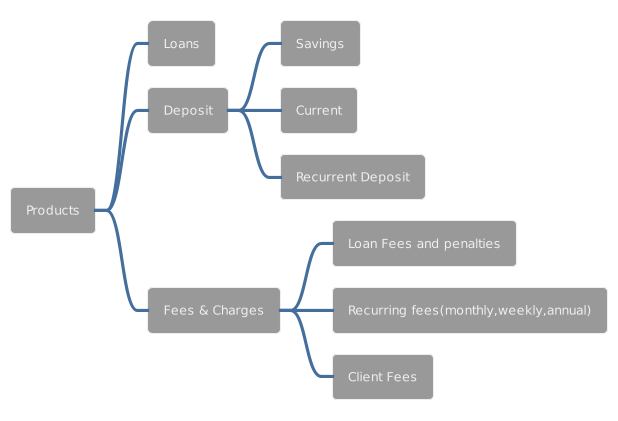
The PlantUML diagram docs/modules/ROOT/images/supported_products.png in jogathogo/antora, before a commit. Source of this version:
```plantuml
@startmindmap
!theme spacelab
* Products
** Loans
** Deposit
*** Savings
*** Current
*** Recurrent Deposit
** Fees & Charges
*** Loan Fees and penalties
*** Recurring fees(monthly,weekly,annual)
*** Client Fees
@endmindmap
```
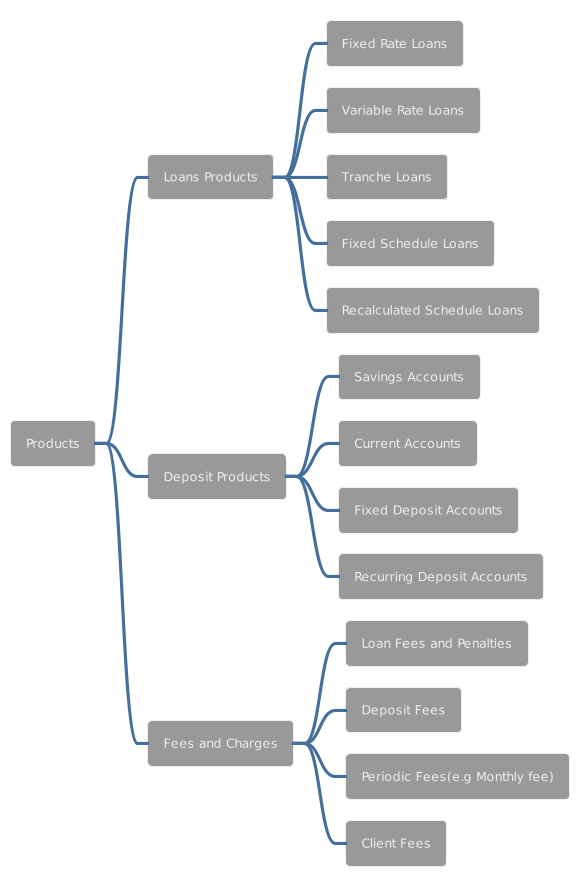
The same file after the commit.

Diff of the diagram source:
```diff
@@ -1,13 +1,23 @@
 @startmindmap
 !theme spacelab
 * Products
-** Loans
-** Deposit
-*** Savings
-*** Current
-*** Recurrent Deposit
-** Fees & Charges
-*** Loan Fees and penalties
-*** Recurring fees(monthly,weekly,annual)
+** Loans Products
+*** Fixed Rate Loans
+*** Variable Rate Loans
+*** Tranche Loans
+*** Fixed Schedule Loans
+*** Recalculated Schedule Loans
+** Deposit Products
+*** Savings Accounts
+*** Current Accounts
+*** Fixed Deposit Accounts
+*** Recurring Deposit Accounts
+** Fees and Charges
+*** Loan Fees and Penalties
+*** Deposit Fees
+*** Periodic Fees(e.g Monthly fee)
 *** Client Fees
+
+
+
 @endmindmap
```
